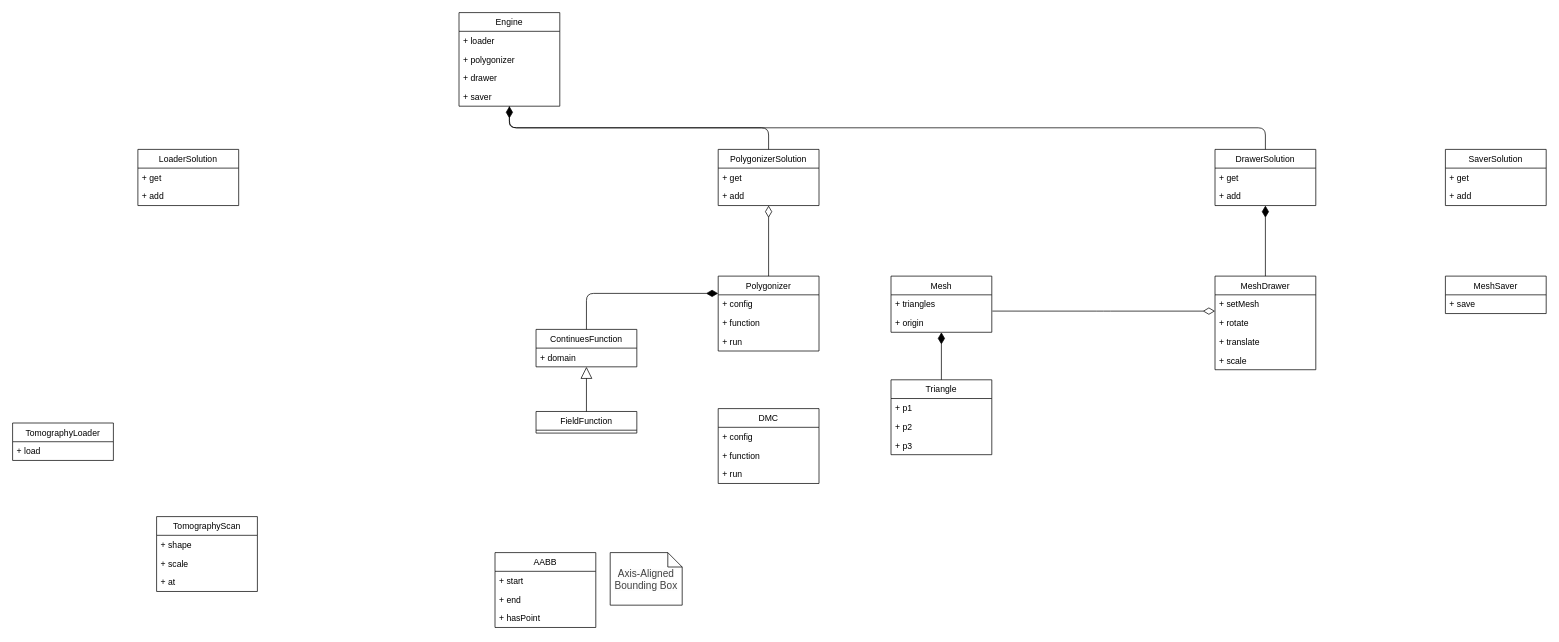
This is uml.drawio from maxhha/bmstu-iu7-cg-cp, a draw.io file, before an edit. Source tidied: cells renumbered, new cells numbered last; positions are measured from the earlier drawing's top-left corner, leaving out a move shared by most shapes. Both pictures are drawn from the tidied source at 72%, with x=0, y=0 at pixel (12, 12).
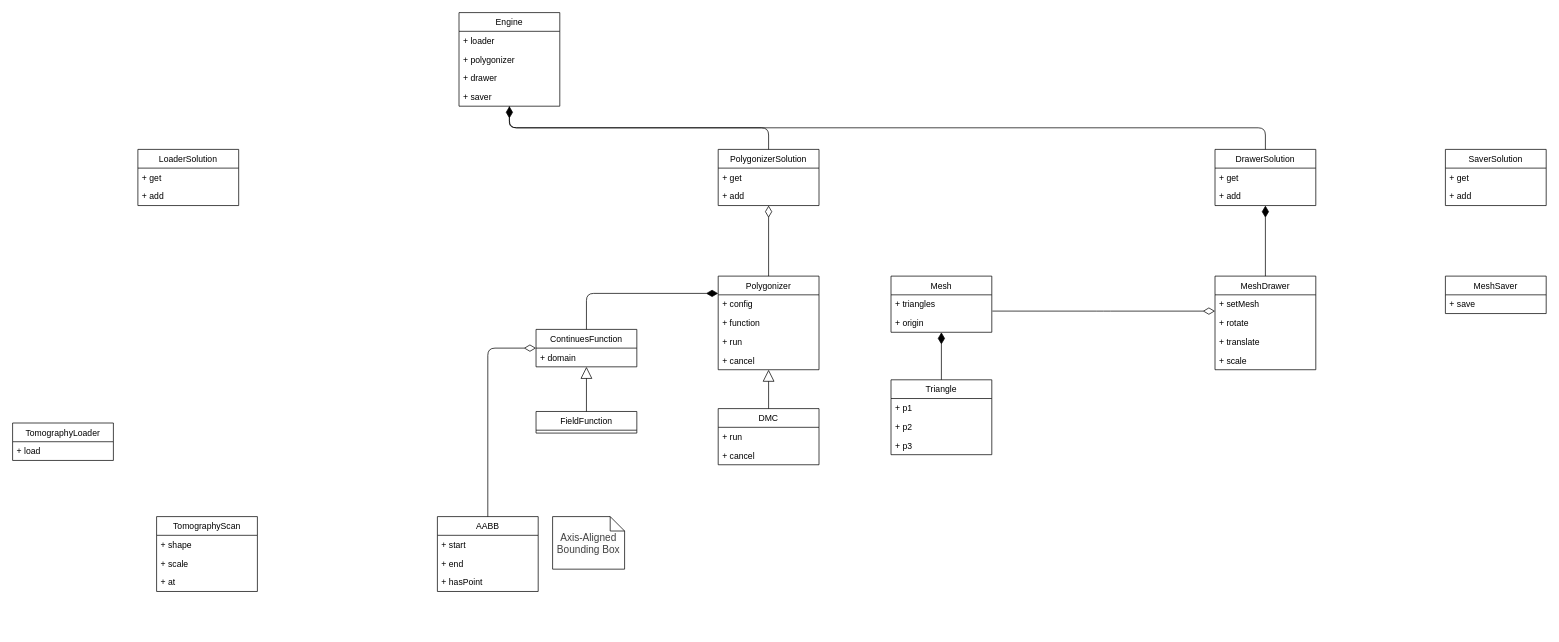
After the change.

Unchanged cells that the change refers to:
```xml
<mxCell id="9" value="ContinuesFunction" style="swimlane;fontStyle=0;horizontal=1;startSize=26;fillColor=none;" parent="1" vertex="1">
  <mxGeometry x="727" y="440" width="140" height="52" as="geometry" />
</mxCell>
```

What changed in the source:
```diff
@@
+    <mxCell id="63" style="edgeStyle=orthogonalEdgeStyle;rounded=1;jettySize=auto;html=1;startArrow=none;startFill=0;endArrow=block;endFill=0;startSize=14;endSize=14;" parent="1" edge="1" source="11" target="32">
+      <mxGeometry relative="1" as="geometry" />
+    </mxCell>
     <mxCell id="11" value="DMC" style="swimlane;fontStyle=0;horizontal=1;startSize=26;fillColor=none;" parent="1" vertex="1">
-      <mxGeometry x="980" y="550" width="140" height="104" as="geometry" />
+      <mxGeometry x="980" y="550" width="140" height="78" as="geometry" />
     </mxCell>
+    <mxCell id="14" value="+ run" style="text;strokeColor=none;fillColor=none;align=left;verticalAlign=top;spacingLeft=4;spacingRight=4;overflow=hidden;" parent="11" vertex="1">
+      <mxGeometry y="26" width="140" height="26" as="geometry" />
+    </mxCell>
-    <mxCell id="12" value="+ config" style="text;strokeColor=none;fillColor=none;align=left;verticalAlign=top;spacingLeft=4;spacingRight=4;overflow=hidden;" parent="11" vertex="1">
-      <mxGeometry y="26" width="140" height="26" as="geometry" />
+    <mxCell id="12" value="+ cancel" style="text;strokeColor=none;fillColor=none;align=left;verticalAlign=top;spacingLeft=4;spacingRight=4;overflow=hidden;" parent="11" vertex="1">
+      <mxGeometry y="52" width="140" height="26" as="geometry" />
     </mxCell>
-    <mxCell id="13" value="+ function" style="text;strokeColor=none;fillColor=none;align=left;verticalAlign=top;spacingLeft=4;spacingRight=4;overflow=hidden;" parent="11" vertex="1">
-      <mxGeometry y="52" width="140" height="26" as="geometry" />
-    </mxCell>
-    <mxCell id="14" value="+ run" style="text;strokeColor=none;fillColor=none;align=left;verticalAlign=top;spacingLeft=4;spacingRight=4;overflow=hidden;" parent="11" vertex="1">
-      <mxGeometry y="78" width="140" height="26" as="geometry" />
-    </mxCell>
@@
+    <mxCell id="64" style="edgeStyle=orthogonalEdgeStyle;rounded=1;jettySize=auto;html=1;entryX=0;entryY=0.5;entryDx=0;entryDy=0;startArrow=none;startFill=0;endArrow=diamondThin;endFill=0;startSize=14;endSize=14;" parent="1" edge="1" source="26" target="9">
+      <mxGeometry relative="1" as="geometry" />
+    </mxCell>
     <mxCell id="26" value="AABB" style="swimlane;fontStyle=0;horizontal=1;startSize=26;fillColor=none;" parent="1" vertex="1">
-      <mxGeometry x="670" y="750" width="140" height="104" as="geometry" />
+      <mxGeometry x="590" y="700" width="140" height="104" as="geometry" />
     </mxCell>
@@
     <mxCell id="30" value="&lt;span style=&quot;color: rgb(64 , 64 , 64) ; background-color: rgb(252 , 252 , 252)&quot;&gt;&lt;font style=&quot;font-size: 14px&quot;&gt;Axis-Aligned Bounding Box&lt;/font&gt;&lt;/span&gt;" style="shape=note;size=20;whiteSpace=wrap;html=1;" parent="1" vertex="1">
-      <mxGeometry x="830" y="750" width="100" height="73" as="geometry" />
+      <mxGeometry x="750" y="700" width="100" height="73" as="geometry" />
     </mxCell>
@@
     <mxCell id="32" value="Polygonizer" style="swimlane;fontStyle=0;horizontal=1;startSize=26;fillColor=none;" parent="1" vertex="1">
-      <mxGeometry x="980" y="366" width="140" height="104" as="geometry" />
+      <mxGeometry x="980" y="366" width="140" height="130" as="geometry" />
     </mxCell>
@@
+    <mxCell id="65" value="+ cancel" style="text;strokeColor=none;fillColor=none;align=left;verticalAlign=top;spacingLeft=4;spacingRight=4;overflow=hidden;" parent="32" vertex="1">
+      <mxGeometry y="104" width="140" height="26" as="geometry" />
+    </mxCell>
```
